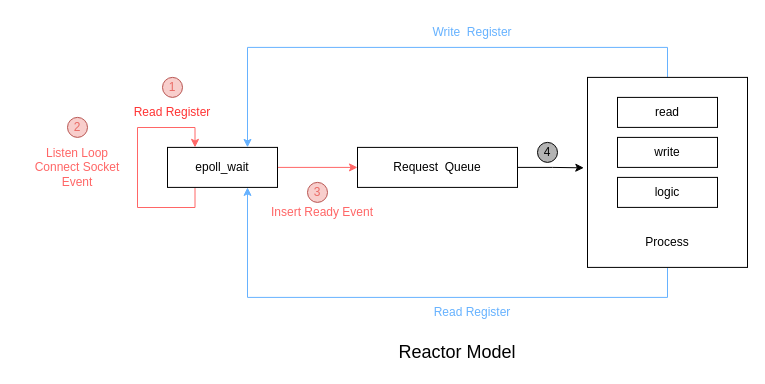
Above: linux_net/未命名绘图.drawio in micro-script/Graph.Draw.IO (draw.io), before the change. Source tidied: cells renumbered, new cells numbered last; positions are measured from the earlier drawing's top-left corner, leaving out a move shared by most shapes. Both pictures are drawn from the tidied source at 100%, with x=0, y=0 at pixel (17, 17).
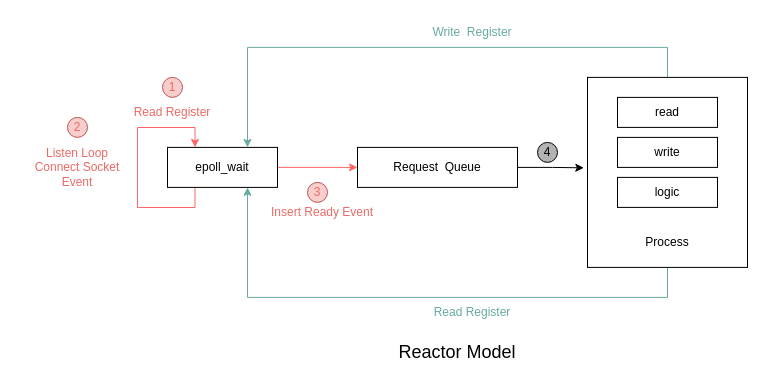
After the change.

Commit message:
更新未命名绘图.drawio

Unchanged cells that the change refers to:
```xml
<mxCell id="4" value="epoll_wait" style="rounded=0;whiteSpace=wrap;html=1;" parent="1" vertex="1">
  <mxGeometry x="150" y="129.9" width="110" height="40" as="geometry" />
</mxCell>
<mxCell id="6" value="Request&amp;nbsp; Queue" style="rounded=0;whiteSpace=wrap;html=1;" parent="1" vertex="1">
  <mxGeometry x="340" y="129.9" width="160" height="40" as="geometry" />
</mxCell>
<mxCell id="9" style="rounded=0;whiteSpace=wrap;html=1;" parent="1" vertex="1">
  <mxGeometry x="570" y="59.9" width="160" height="190" as="geometry" />
</mxCell>
```

The edit, as a diff of the source:
```diff
@@
-    <mxCell id="2" style="edgeStyle=orthogonalEdgeStyle;rounded=0;jettySize=auto;html=1;entryX=0;entryY=0.5;entryDx=0;entryDy=0;strokeColor=#FF6666;" parent="1" edge="1" source="4" target="6">
+    <mxCell id="2" style="edgeStyle=orthogonalEdgeStyle;rounded=0;jettySize=auto;html=1;entryX=0;entryY=0.5;entryDx=0;entryDy=0;strokeColor=#FF6666;fontColor=#EA6B66;" parent="1" edge="1" source="4" target="6">
       <mxGeometry relative="1" as="geometry" />
     </mxCell>
-    <mxCell id="3" style="edgeStyle=orthogonalEdgeStyle;rounded=0;orthogonalLoop=1;jettySize=auto;html=1;exitX=0.25;exitY=1;exitDx=0;exitDy=0;entryX=0.25;entryY=0;entryDx=0;entryDy=0;fontColor=#FF6666;strokeColor=#FF6666;" parent="1" edge="1" source="4" target="4">
+    <mxCell id="3" style="edgeStyle=orthogonalEdgeStyle;rounded=0;orthogonalLoop=1;jettySize=auto;html=1;exitX=0.25;exitY=1;exitDx=0;exitDy=0;entryX=0.25;entryY=0;entryDx=0;entryDy=0;fontColor=#EA6B66;strokeColor=#FF6666;" parent="1" edge="1" source="4" target="4">
       <mxGeometry relative="1" as="geometry">
         <Array as="points">
           <mxPoint x="178" y="190" />
           <mxPoint x="120" y="190" />
           <mxPoint x="120" y="110" />
           <mxPoint x="178" y="110" />
         </Array>
       </mxGeometry>
     </mxCell>
@@
-    <mxCell id="7" style="edgeStyle=orthogonalEdgeStyle;rounded=0;jettySize=auto;html=1;strokeColor=#66B2FF;" parent="1" edge="1" source="9" target="4">
+    <mxCell id="7" style="edgeStyle=orthogonalEdgeStyle;rounded=0;jettySize=auto;html=1;strokeColor=#67AB9F;" parent="1" edge="1" source="9" target="4">
       <mxGeometry relative="1" as="geometry">
         <Array as="points">
           <mxPoint x="650" y="29.9" />
           <mxPoint x="230" y="29.9" />
         </Array>
       </mxGeometry>
     </mxCell>
-    <mxCell id="8" style="edgeStyle=orthogonalEdgeStyle;rounded=0;jettySize=auto;html=1;strokeColor=#66B2FF;" parent="1" edge="1" source="9">
+    <mxCell id="8" style="edgeStyle=orthogonalEdgeStyle;rounded=0;jettySize=auto;html=1;strokeColor=#67AB9F;" parent="1" edge="1" source="9">
       <mxGeometry relative="1" as="geometry">
         <mxPoint x="230" y="169.9" as="targetPoint" />
         <Array as="points">
           <mxPoint x="650" y="279.9" />
           <mxPoint x="230" y="279.9" />
           <mxPoint x="230" y="169.9" />
         </Array>
       </mxGeometry>
     </mxCell>
@@
-    <mxCell id="14" value="Write&amp;nbsp; Register" style="text;html=1;strokeColor=none;fillColor=none;align=center;verticalAlign=middle;whiteSpace=wrap;rounded=0;fontColor=#66B2FF;" parent="1" vertex="1">
+    <mxCell id="14" value="Write&amp;nbsp; Register" style="text;html=1;strokeColor=none;fillColor=none;align=center;verticalAlign=middle;whiteSpace=wrap;rounded=0;fontColor=#67AB9F;" parent="1" vertex="1">
       <mxGeometry x="390" width="130" height="30" as="geometry" />
     </mxCell>
-    <mxCell id="15" value="Read Register" style="text;html=1;strokeColor=none;fillColor=none;align=center;verticalAlign=middle;whiteSpace=wrap;rounded=0;fontColor=#66B2FF;" parent="1" vertex="1">
+    <mxCell id="15" value="Read Register" style="text;html=1;strokeColor=none;fillColor=none;align=center;verticalAlign=middle;whiteSpace=wrap;rounded=0;fontColor=#67AB9F;" parent="1" vertex="1">
       <mxGeometry x="390" y="280" width="130" height="30" as="geometry" />
     </mxCell>
-    <mxCell id="16" value="Read Register" style="text;html=1;strokeColor=none;fillColor=none;align=center;verticalAlign=middle;whiteSpace=wrap;rounded=0;fontColor=#FF3333;" parent="1" vertex="1">
+    <mxCell id="16" value="Read Register" style="text;html=1;strokeColor=none;fillColor=none;align=center;verticalAlign=middle;whiteSpace=wrap;rounded=0;fontColor=#EA6B66;" parent="1" vertex="1">
       <mxGeometry x="90" y="79.9" width="130" height="30" as="geometry" />
     </mxCell>
-    <mxCell id="17" value="Listen Loop&lt;br&gt;Connect Socket Event" style="text;html=1;strokeColor=none;fillColor=none;align=center;verticalAlign=middle;whiteSpace=wrap;rounded=0;fontColor=#FF6666;" parent="1" vertex="1">
+    <mxCell id="17" value="Listen Loop&lt;br&gt;Connect Socket Event" style="text;html=1;strokeColor=none;fillColor=none;align=center;verticalAlign=middle;whiteSpace=wrap;rounded=0;fontColor=#EA6B66;" parent="1" vertex="1">
       <mxGeometry y="134.9" width="120" height="30" as="geometry" />
     </mxCell>
-    <mxCell id="18" value="Insert Ready Event" style="text;html=1;strokeColor=none;fillColor=none;align=center;verticalAlign=middle;whiteSpace=wrap;rounded=0;fontColor=#FF6666;" parent="1" vertex="1">
+    <mxCell id="18" value="Insert Ready Event" style="text;html=1;strokeColor=none;fillColor=none;align=center;verticalAlign=middle;whiteSpace=wrap;rounded=0;fontColor=#EA6B66;" parent="1" vertex="1">
       <mxGeometry x="240" y="179.9" width="130" height="30" as="geometry" />
     </mxCell>
```
